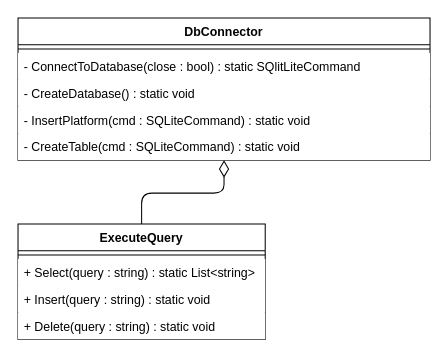
Earlier version of the draw.io diagram page "DatabaseManager" (1 of 4) of Documentation/Diagrams/SP3_ClassDiagrams.drawio (LouisRichard/GameLibrary). Source tidied: cells renumbered, new cells numbered last; positions are measured from the earlier drawing's top-left corner, leaving out a move shared by most shapes. Both pictures are drawn from the tidied source at 103%, with x=0, y=0 at pixel (18, 18).
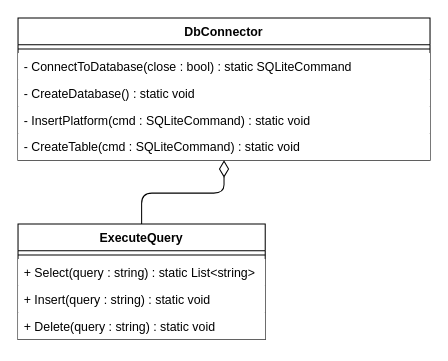
The same diagram, later.

What changed in the source:
```diff
@@
 <mxGraphModel>
   <root>
     <mxCell id="0" />
     <mxCell id="1" parent="0" />
     <mxCell id="2" value="DbConnector" style="swimlane;fontStyle=1;align=center;verticalAlign=top;horizontal=1;startSize=26;fillColor=#ffffff;" parent="1" vertex="1">
       <mxGeometry width="400" height="138" as="geometry" />
     </mxCell>
     <mxCell id="3" style="line;strokeWidth=1;fillColor=#ffffff;align=left;verticalAlign=middle;spacingTop=-1;spacingLeft=3;spacingRight=3;labelPosition=right;" parent="2" vertex="1">
       <mxGeometry y="26" width="400" height="8" as="geometry" />
     </mxCell>
-    <mxCell id="4" value="- ConnectToDatabase(close : bool) : static SQlitLiteCommand" style="text;strokeColor=none;fillColor=#ffffff;align=left;verticalAlign=top;spacingLeft=4;spacingRight=4;overflow=hidden;" parent="2" vertex="1">
+    <mxCell id="4" value="- ConnectToDatabase(close : bool) : static SQLiteCommand" style="text;strokeColor=none;fillColor=#ffffff;align=left;verticalAlign=top;spacingLeft=4;spacingRight=4;overflow=hidden;" parent="2" vertex="1">
       <mxGeometry y="34" width="400" height="26" as="geometry" />
     </mxCell>
     <mxCell id="5" value="- CreateDatabase() : static void" style="text;strokeColor=none;fillColor=#ffffff;align=left;verticalAlign=top;spacingLeft=4;spacingRight=4;overflow=hidden;" parent="2" vertex="1">
       <mxGeometry y="60" width="400" height="26" as="geometry" />
     </mxCell>
     <mxCell id="6" value="- InsertPlatform(cmd : SQLiteCommand) : static void" style="text;strokeColor=none;fillColor=#ffffff;align=left;verticalAlign=top;spacingLeft=4;spacingRight=4;overflow=hidden;" parent="2" vertex="1">
       <mxGeometry y="86" width="400" height="26" as="geometry" />
     </mxCell>
     <mxCell id="7" value="- CreateTable(cmd : SQLiteCommand) : static void" style="text;strokeColor=none;fillColor=#ffffff;align=left;verticalAlign=top;spacingLeft=4;spacingRight=4;overflow=hidden;" parent="2" vertex="1">
       <mxGeometry y="112" width="400" height="26" as="geometry" />
     </mxCell>
     <mxCell id="8" value="ExecuteQuery" style="swimlane;fontStyle=1;align=center;verticalAlign=top;horizontal=1;startSize=26;fillColor=#ffffff;" parent="1" vertex="1">
       <mxGeometry y="200" width="240" height="112" as="geometry" />
     </mxCell>
     <mxCell id="9" style="line;strokeWidth=1;fillColor=#ffffff;align=left;verticalAlign=middle;spacingTop=-1;spacingLeft=3;spacingRight=3;labelPosition=right;" parent="8" vertex="1">
       <mxGeometry y="26" width="240" height="8" as="geometry" />
     </mxCell>
     <mxCell id="10" value="+ Select(query : string) : static List&lt;string&gt;" style="text;strokeColor=none;fillColor=#ffffff;align=left;verticalAlign=top;spacingLeft=4;spacingRight=4;overflow=hidden;" parent="8" vertex="1">
       <mxGeometry y="34" width="240" height="26" as="geometry" />
     </mxCell>
     <mxCell id="11" value="+ Insert(query : string) : static void" style="text;strokeColor=none;fillColor=#ffffff;align=left;verticalAlign=top;spacingLeft=4;spacingRight=4;overflow=hidden;" parent="8" vertex="1">
       <mxGeometry y="60" width="240" height="26" as="geometry" />
     </mxCell>
     <mxCell id="12" value="+ Delete(query : string) : static void" style="text;strokeColor=none;fillColor=#ffffff;align=left;verticalAlign=top;spacingLeft=4;spacingRight=4;overflow=hidden;" parent="8" vertex="1">
       <mxGeometry y="86" width="240" height="26" as="geometry" />
     </mxCell>
     <mxCell id="13" value="&lt;div&gt;&lt;br&gt;&lt;/div&gt;" style="endArrow=none;html=1;endSize=12;startArrow=diamondThin;startSize=14;startFill=0;edgeStyle=orthogonalEdgeStyle;align=left;verticalAlign=bottom;endFill=0;entryX=0.5;entryY=0;entryDx=0;entryDy=0;exitX=0.5;exitY=1;exitDx=0;exitDy=0;" parent="1" edge="1" source="2" target="8">
       <mxGeometry x="-1" y="3" relative="1" as="geometry">
         <Array as="points">
           <mxPoint x="200" y="170" />
           <mxPoint x="120" y="170" />
         </Array>
       </mxGeometry>
     </mxCell>
   </root>
 </mxGraphModel>
```
